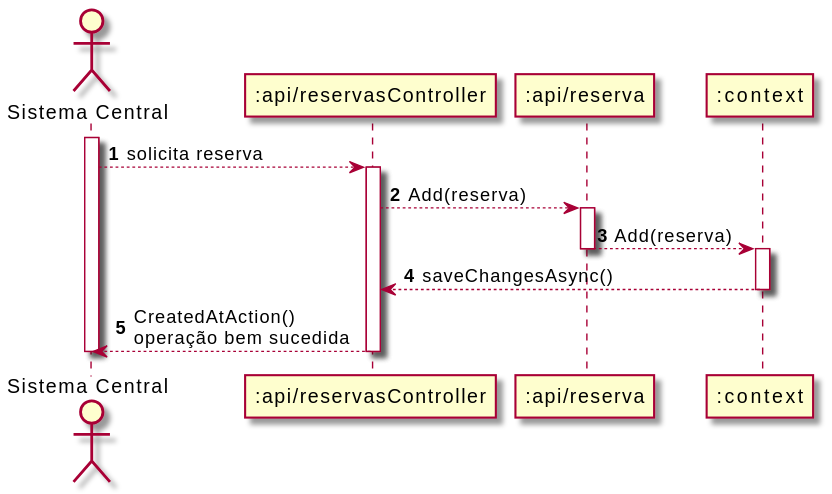
Earlier version of the PlantUML export Documentos/Sprint2/UC2/UC2-SD.svg (UPskillDOTNET/Jakim-das-Coives-S.A.).
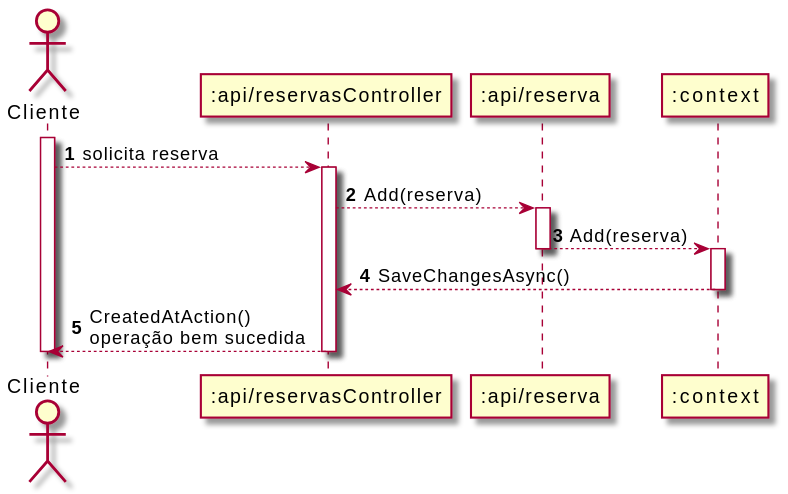
After the commit.

What changed in the source:
```diff
@@ -1,12 +1,12 @@
 @startuml
 autonumber
-actor "Sistema Central" as SC
+actor "Cliente" as CL
 participant ":api/reservasController" as RC
 participant ":api/reserva" as R
 participant ":context" as C
 
-activate SC
-SC --> RC : solicita reserva
+activate CL
+CL --> RC : solicita reserva
 activate RC
 
 RC --> R : Add(reserva)
@@ -18,10 +18,10 @@
 activate C
 
 
-C --> RC : saveChangesAsync()
+C --> RC : SaveChangesAsync()
 deactivate C
 
-RC --> SC: CreatedAtAction()\noperação bem sucedida
+RC --> CL: CreatedAtAction()\noperação bem sucedida
 deactivate RC
-deactivate SC
+deactivate CL
 @enduml
```
